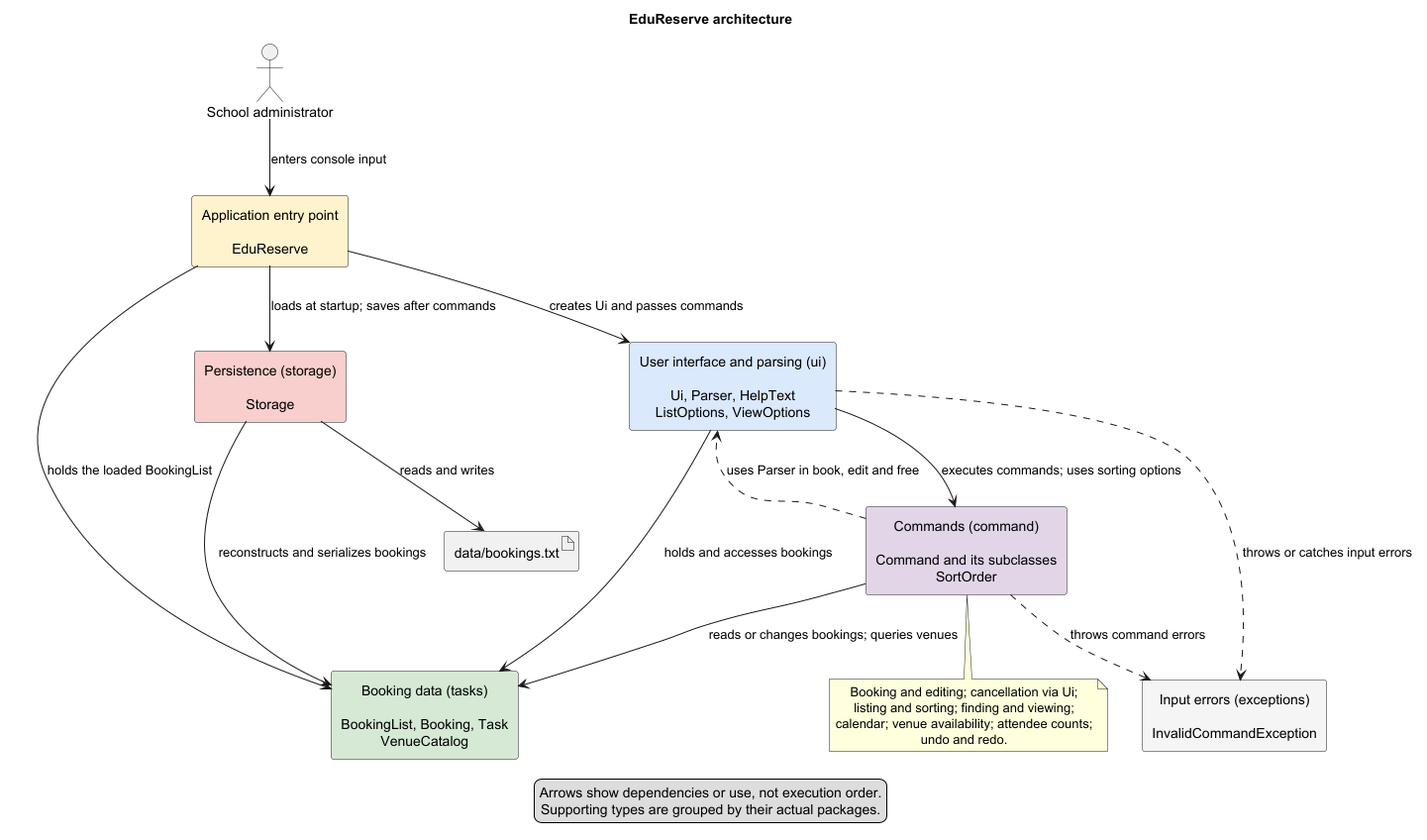
Earlier version of the PlantUML export docs/UMLDiagrams/ArchitectureDiagram-EduReserve_architecture.png (AY2627S1-CS2113-W14-2/tp). Its diagram source:
```plantuml
@startuml
title EduReserve architecture

top to bottom direction
skinparam componentStyle rectangle
skinparam shadowing false
skinparam defaultTextAlignment center

actor "School administrator" as User

component "Application entry point\n\nEduReserve" as App #FFF2CC
component "User interface and parsing (ui)\n\nUi, Parser, HelpText\nListOptions, ViewOptions" as UI #DAE8FC
component "Commands (command)\n\nCommand and its subclasses\nSortOrder" as Commands #E1D5E7
component "Booking data (tasks)\n\nBookingList, Booking, Task\nVenueCatalog" as Model #D5E8D4
component "Persistence (storage)\n\nStorage" as Storage #F8CECC
component "Input errors (exceptions)\n\nInvalidCommandException" as Errors #F5F5F5
artifact "data/bookings.txt" as File

User --> App : enters console input
App --> UI : creates Ui and passes commands
App --> Storage : loads at startup; saves after commands
App --> Model : holds the loaded BookingList

UI --> Commands : executes commands; uses sorting options
UI --> Model : holds and accesses bookings
Commands ..> UI : uses Parser in book, edit and free
Commands --> Model : reads or changes bookings; queries venues
Storage --> Model : reconstructs and serializes bookings
Storage --> File : reads and writes

UI ..> Errors : throws or catches input errors
Commands ..> Errors : throws command errors

note bottom of Commands
  Booking and editing; cancellation via Ui;
  listing and sorting; finding and viewing;
  calendar; venue availability; attendee counts;
  undo and redo.
end note

legend bottom
  Arrows show dependencies or use, not execution order.
  Supporting types are grouped by their actual packages.
endlegend
@enduml
```
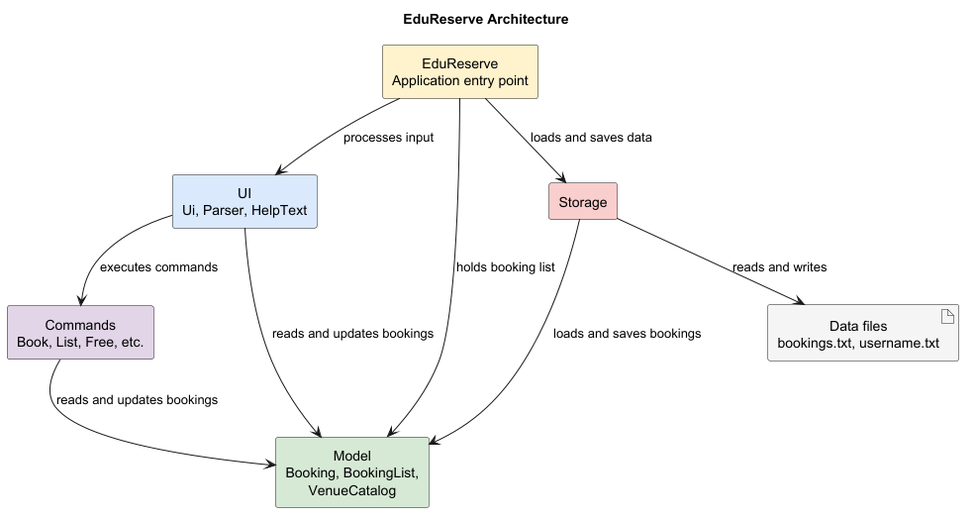
After the commit.

Diff of the diagram source:
```diff
@@ -1,45 +1,27 @@
 @startuml
-title EduReserve architecture
+title EduReserve Architecture
 
-top to bottom direction
 skinparam componentStyle rectangle
 skinparam shadowing false
 skinparam defaultTextAlignment center
+top to bottom direction
 
-actor "School administrator" as User
+component "EduReserve\nApplication entry point" as App #FFF2CC
+component "UI\nUi, Parser, HelpText" as UI #DAE8FC
+component "Commands\nBook, List, Free, etc." as Commands #E1D5E7
+component "Model\nBooking, BookingList,\nVenueCatalog" as Model #D5E8D4
+component "Storage" as Storage #F8CECC
+artifact "Data files\nbookings.txt, username.txt" as Files #F5F5F5
 
-component "Application entry point\n\nEduReserve" as App #FFF2CC
-component "User interface and parsing (ui)\n\nUi, Parser, HelpText\nListOptions, ViewOptions" as UI #DAE8FC
-component "Commands (command)\n\nCommand and its subclasses\nSortOrder" as Commands #E1D5E7
-component "Booking data (tasks)\n\nBookingList, Booking, Task\nVenueCatalog" as Model #D5E8D4
-component "Persistence (storage)\n\nStorage" as Storage #F8CECC
-component "Input errors (exceptions)\n\nInvalidCommandException" as Errors #F5F5F5
-artifact "data/bookings.txt" as File
+App --> UI : processes input
+App --> Storage : loads and saves data
+App --> Model : holds booking list
 
-User --> App : enters console input
-App --> UI : creates Ui and passes commands
-App --> Storage : loads at startup; saves after commands
-App --> Model : holds the loaded BookingList
+UI --> Commands : executes commands
+UI --> Model : reads and updates bookings
 
-UI --> Commands : executes commands; uses sorting options
-UI --> Model : holds and accesses bookings
-Commands ..> UI : uses Parser in book, edit and free
-Commands --> Model : reads or changes bookings; queries venues
-Storage --> Model : reconstructs and serializes bookings
-Storage --> File : reads and writes
+Commands --> Model : reads and updates bookings
+Storage --> Model : loads and saves bookings
+Storage --> Files : reads and writes
 
-UI ..> Errors : throws or catches input errors
-Commands ..> Errors : throws command errors
-
-note bottom of Commands
-  Booking and editing; cancellation via Ui;
-  listing and sorting; finding and viewing;
-  calendar; venue availability; attendee counts;
-  undo and redo.
-end note
-
-legend bottom
-  Arrows show dependencies or use, not execution order.
-  Supporting types are grouped by their actual packages.
-endlegend
 @enduml
```
